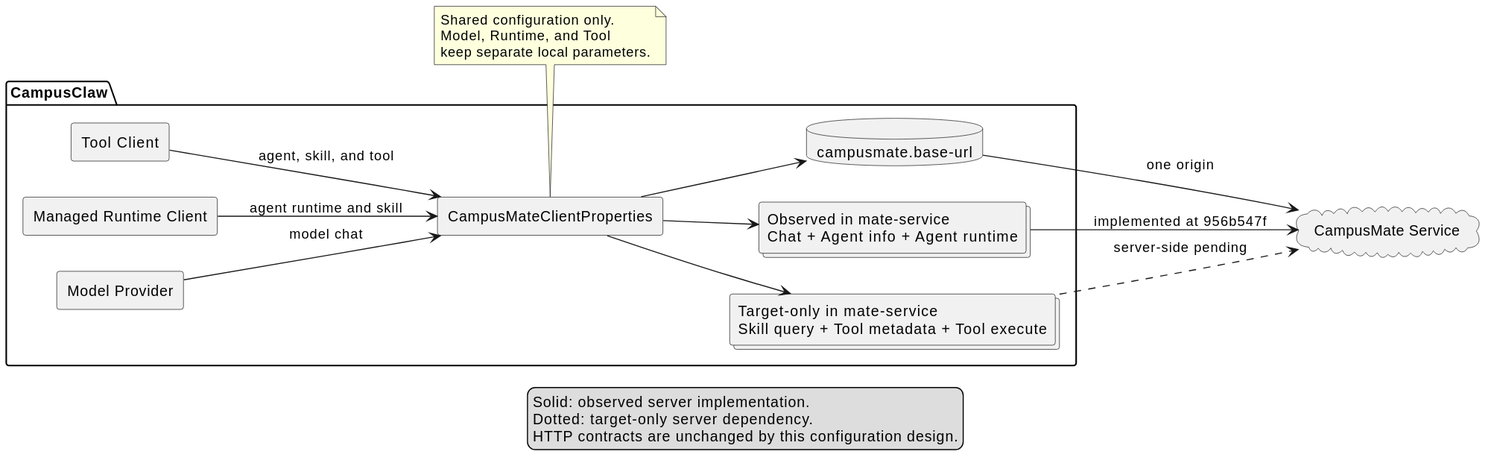
This is docs/designs/campusmate-shared-config/campusmate_shared_configuration.svg from 2862282695gjh-afk/pi-mono-java, a PlantUML export, as it was before one commit.
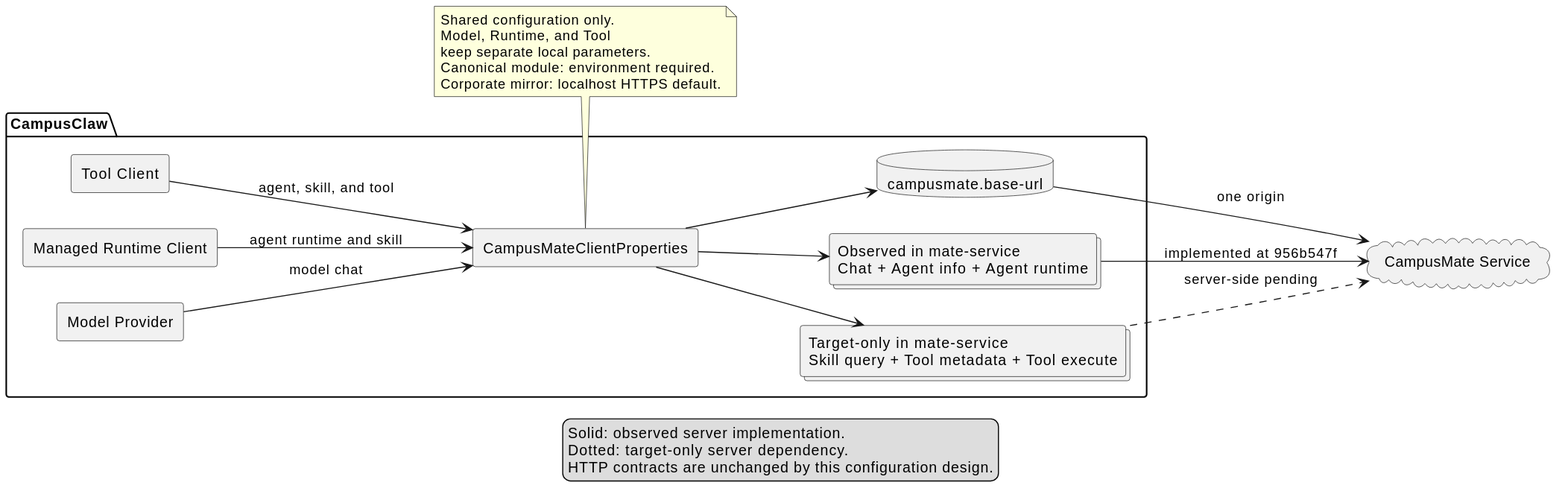
Above is the later version.

Commit message:
fix(campusclaw): 增加 CampusMate 本地默认地址

What changed in the source:
```diff
@@ -29,6 +29,8 @@
   Shared configuration only.
   Model, Runtime, and Tool
   keep separate local parameters.
+  Canonical module: environment required.
+  Corporate mirror: localhost HTTPS default.
 end note
 
 legend bottom
```
